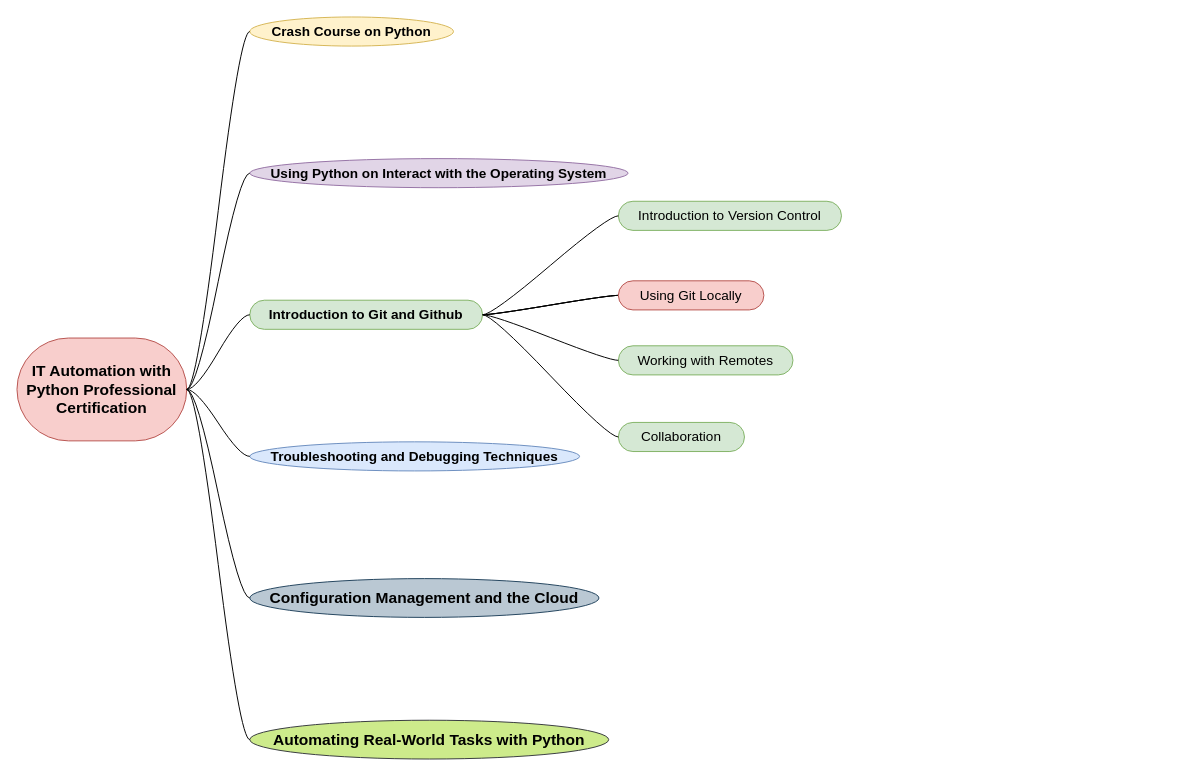
Earlier version of the draw.io diagram IT Automation with Python Professional Certification.drawio (wxfls/draw.io). Source tidied: cells renumbered, new cells numbered last; positions are measured from the earlier drawing's top-left corner, leaving out a move shared by most shapes. Both pictures are drawn from the tidied source at 97%, with x=0, y=0 at pixel (16, 16).
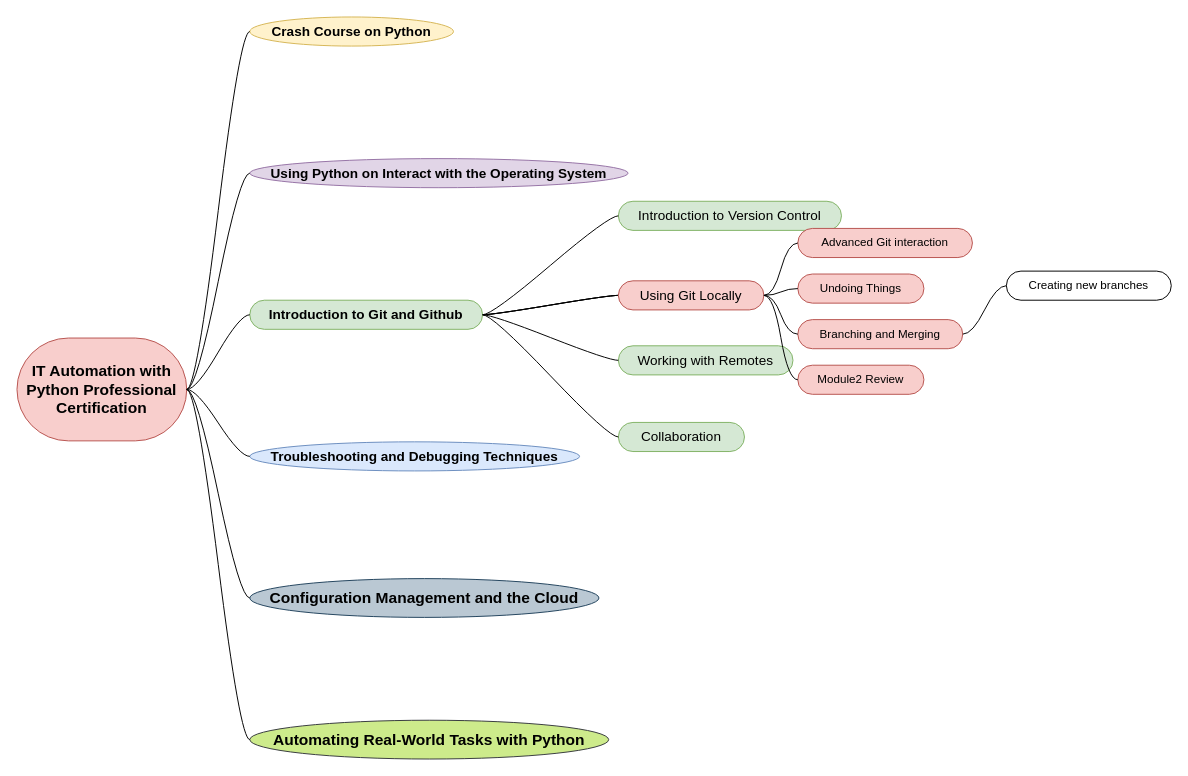
Above is the later version.

The edit, as a diff of the source:
```diff
@@
-    <mxCell id="22" value="&lt;span style=&quot;font-size: 14px;&quot;&gt;Using Git Locally&lt;/span&gt;" style="whiteSpace=wrap;html=1;rounded=1;arcSize=50;align=center;verticalAlign=middle;strokeWidth=1;spacing=4;newEdgeStyle={&quot;edgeStyle&quot;:&quot;entityRelationEdgeStyle&quot;,&quot;startArrow&quot;:&quot;none&quot;,&quot;endArrow&quot;:&quot;none&quot;,&quot;segment&quot;:10,&quot;curved&quot;:1,&quot;sourcePerimeterSpacing&quot;:0,&quot;targetPerimeterSpacing&quot;:0};fillColor=#f8cecc;strokeColor=#b85450;" parent="1" vertex="1" collapsed="1">
+    <mxCell id="22" value="&lt;span style=&quot;font-size: 14px;&quot;&gt;Using Git Locally&lt;/span&gt;" style="whiteSpace=wrap;html=1;rounded=1;arcSize=50;align=center;verticalAlign=middle;strokeWidth=1;spacing=4;newEdgeStyle={&quot;edgeStyle&quot;:&quot;entityRelationEdgeStyle&quot;,&quot;startArrow&quot;:&quot;none&quot;,&quot;endArrow&quot;:&quot;none&quot;,&quot;segment&quot;:10,&quot;curved&quot;:1,&quot;sourcePerimeterSpacing&quot;:0,&quot;targetPerimeterSpacing&quot;:0};fillColor=#f8cecc;strokeColor=#b85450;" parent="1" vertex="1">
       <mxGeometry x="620" y="272" width="150" height="30" as="geometry" />
     </mxCell>
@@
+    <mxCell id="27" value="Undoing Things" style="whiteSpace=wrap;html=1;rounded=1;arcSize=50;align=center;verticalAlign=middle;strokeWidth=1;spacing=4;newEdgeStyle={&quot;edgeStyle&quot;:&quot;entityRelationEdgeStyle&quot;,&quot;startArrow&quot;:&quot;none&quot;,&quot;endArrow&quot;:&quot;none&quot;,&quot;segment&quot;:10,&quot;curved&quot;:1,&quot;sourcePerimeterSpacing&quot;:0,&quot;targetPerimeterSpacing&quot;:0};fillColor=#f8cecc;strokeColor=#b85450;" parent="1" vertex="1">
+      <mxGeometry x="805" y="265" width="130" height="30" as="geometry" />
+    </mxCell>
+    <mxCell id="28" style="edgeStyle=entityRelationEdgeStyle;startArrow=none;endArrow=none;segment=10;curved=1;sourcePerimeterSpacing=0;targetPerimeterSpacing=0;rounded=0;" parent="1" edge="1" source="22" target="27">
+      <mxGeometry x="890" y="314" as="geometry" />
+    </mxCell>
+    <mxCell id="29" value="Branching and Merging" style="whiteSpace=wrap;html=1;rounded=1;arcSize=50;align=center;verticalAlign=middle;strokeWidth=1;spacing=4;newEdgeStyle={&quot;edgeStyle&quot;:&quot;entityRelationEdgeStyle&quot;,&quot;startArrow&quot;:&quot;none&quot;,&quot;endArrow&quot;:&quot;none&quot;,&quot;segment&quot;:10,&quot;curved&quot;:1,&quot;sourcePerimeterSpacing&quot;:0,&quot;targetPerimeterSpacing&quot;:0};fillColor=#f8cecc;strokeColor=#b85450;" parent="1" vertex="1">
+      <mxGeometry x="805" y="312" width="170" height="30" as="geometry" />
+    </mxCell>
+    <mxCell id="30" style="edgeStyle=entityRelationEdgeStyle;startArrow=none;endArrow=none;segment=10;curved=1;sourcePerimeterSpacing=0;targetPerimeterSpacing=0;rounded=0;" parent="1" edge="1" source="22" target="29">
+      <mxGeometry x="890" y="314" as="geometry" />
+    </mxCell>
+    <mxCell id="31" value="Advanced Git interaction" style="whiteSpace=wrap;html=1;rounded=1;arcSize=50;align=center;verticalAlign=middle;strokeWidth=1;spacing=4;newEdgeStyle={&quot;edgeStyle&quot;:&quot;entityRelationEdgeStyle&quot;,&quot;startArrow&quot;:&quot;none&quot;,&quot;endArrow&quot;:&quot;none&quot;,&quot;segment&quot;:10,&quot;curved&quot;:1,&quot;sourcePerimeterSpacing&quot;:0,&quot;targetPerimeterSpacing&quot;:0};fillColor=#f8cecc;strokeColor=#b85450;" parent="1" vertex="1">
+      <mxGeometry x="805" y="218" width="180" height="30" as="geometry" />
+    </mxCell>
+    <mxCell id="32" style="edgeStyle=entityRelationEdgeStyle;startArrow=none;endArrow=none;segment=10;curved=1;sourcePerimeterSpacing=0;targetPerimeterSpacing=0;rounded=0;" parent="1" edge="1" source="22" target="31">
+      <mxGeometry x="890" y="314" as="geometry" />
+    </mxCell>
+    <mxCell id="33" value="Module2 Review" style="whiteSpace=wrap;html=1;rounded=1;arcSize=50;align=center;verticalAlign=middle;strokeWidth=1;spacing=4;newEdgeStyle={&quot;edgeStyle&quot;:&quot;entityRelationEdgeStyle&quot;,&quot;startArrow&quot;:&quot;none&quot;,&quot;endArrow&quot;:&quot;none&quot;,&quot;segment&quot;:10,&quot;curved&quot;:1,&quot;sourcePerimeterSpacing&quot;:0,&quot;targetPerimeterSpacing&quot;:0};fillColor=#f8cecc;strokeColor=#b85450;" parent="1" vertex="1">
+      <mxGeometry x="805" y="359" width="130" height="30" as="geometry" />
+    </mxCell>
+    <mxCell id="34" style="edgeStyle=entityRelationEdgeStyle;startArrow=none;endArrow=none;segment=10;curved=1;sourcePerimeterSpacing=0;targetPerimeterSpacing=0;rounded=0;" parent="1" edge="1" source="22" target="33">
+      <mxGeometry x="890" y="314" as="geometry" />
+    </mxCell>
+    <mxCell id="35" value="Creating new branches" style="whiteSpace=wrap;html=1;rounded=1;arcSize=50;align=center;verticalAlign=middle;strokeWidth=1;spacing=4;newEdgeStyle={&quot;edgeStyle&quot;:&quot;entityRelationEdgeStyle&quot;,&quot;startArrow&quot;:&quot;none&quot;,&quot;endArrow&quot;:&quot;none&quot;,&quot;segment&quot;:10,&quot;curved&quot;:1,&quot;sourcePerimeterSpacing&quot;:0,&quot;targetPerimeterSpacing&quot;:0};" parent="1" vertex="1">
+      <mxGeometry x="1020" y="262" width="170" height="30" as="geometry" />
+    </mxCell>
+    <mxCell id="36" style="edgeStyle=entityRelationEdgeStyle;startArrow=none;endArrow=none;segment=10;curved=1;sourcePerimeterSpacing=0;targetPerimeterSpacing=0;rounded=0;" parent="1" edge="1" source="29" target="35">
+      <mxGeometry x="1095" y="354" as="geometry" />
+    </mxCell>
```
